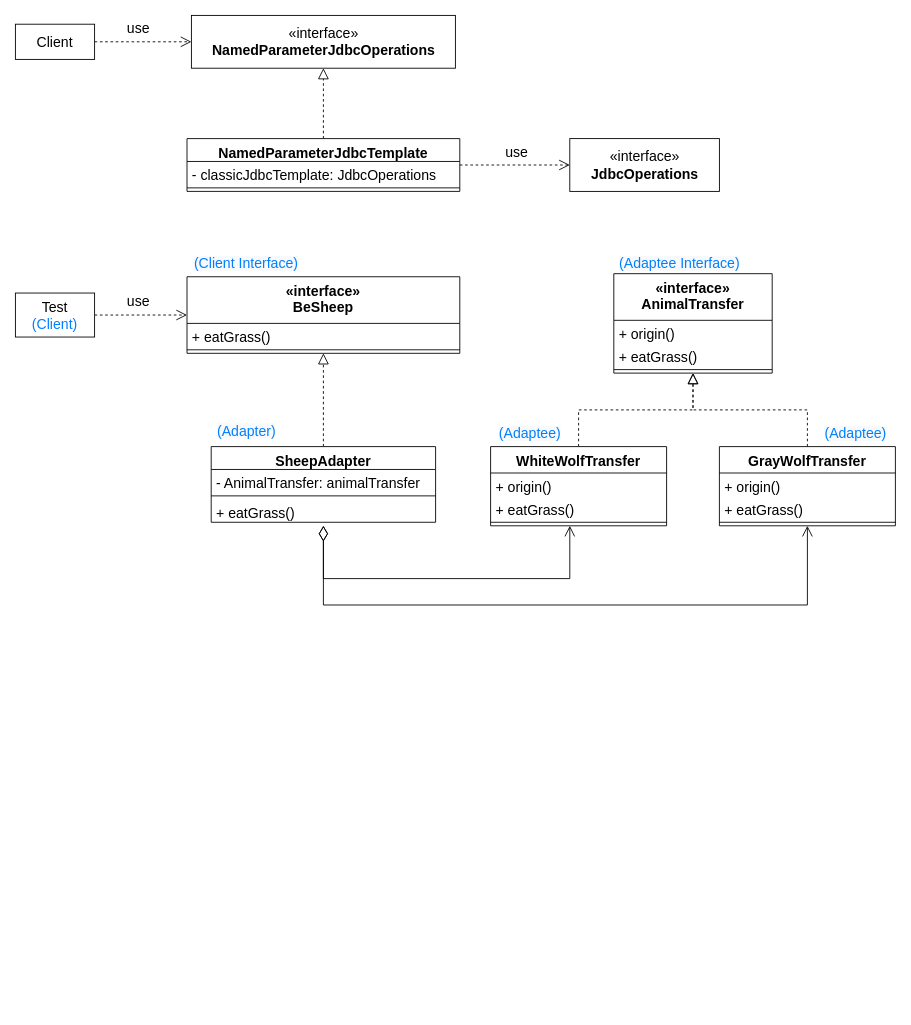
The draw.io diagram UML/Adapter.drawio in memorykghs/Design-Pattern, before the edit. Source tidied: cells renumbered, new cells numbered last; positions are measured from the earlier drawing's top-left corner, leaving out a move shared by most shapes. Both pictures are drawn from the tidied source at 88%, with x=0, y=0 at pixel (15, 15).
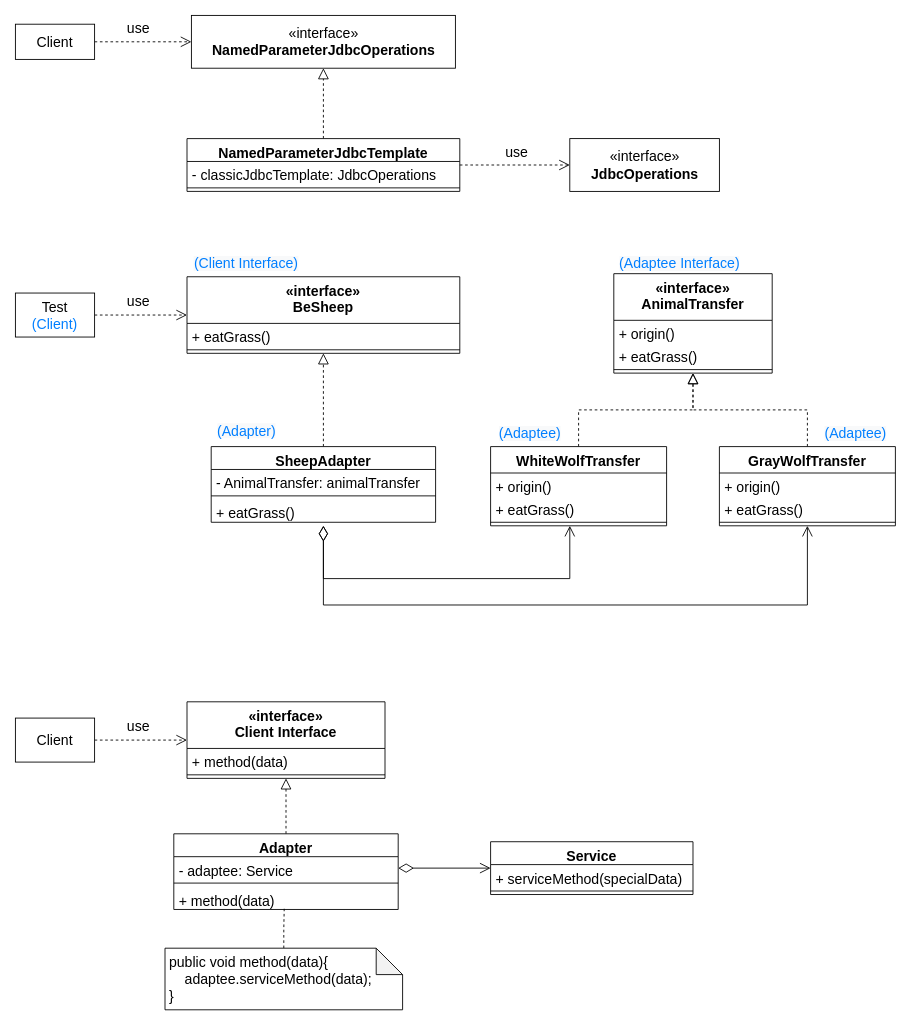
After the change.

The edit, as a diff of the source:
```diff
@@
+    <mxCell id="45" style="edgeStyle=orthogonalEdgeStyle;rounded=0;jettySize=auto;html=1;exitX=1;exitY=0.5;exitDx=0;exitDy=0;entryX=0;entryY=0.5;entryDx=0;entryDy=0;fontFamily=Helvetica;fontSize=16;endArrow=open;endFill=0;dashed=1;endSize=10;" parent="1" edge="1" source="46" target="53">
+      <mxGeometry relative="1" as="geometry" />
+    </mxCell>
+    <mxCell id="46" value="Client" style="rounded=0;whiteSpace=wrap;html=1;fontSize=16;fontFamily=Helvetica;" parent="1" vertex="1">
+      <mxGeometry y="798.5" width="90" height="50" as="geometry" />
+    </mxCell>
+    <mxCell id="47" style="edgeStyle=orthogonalEdgeStyle;rounded=0;jettySize=auto;html=1;entryX=0.5;entryY=1;entryDx=0;entryDy=0;fontColor=#000000;endArrow=block;endFill=0;startSize=6;endSize=10;dashed=1;" parent="1" edge="1" source="48" target="53">
+      <mxGeometry relative="1" as="geometry" />
+    </mxCell>
+    <mxCell id="48" value="Adapter" style="swimlane;fontStyle=1;align=center;verticalAlign=top;horizontal=1;startSize=26;fontFamily=Helvetica;fontSize=16;" parent="1" vertex="1">
+      <mxGeometry x="180" y="930" width="255" height="86" as="geometry" />
+    </mxCell>
+    <mxCell id="49" value="- adaptee: Service" style="text;strokeColor=none;fillColor=none;align=left;verticalAlign=top;spacingLeft=4;spacingRight=4;overflow=hidden;points=[[0,0.5],[1,0.5]];portConstraint=eastwest;fontFamily=Helvetica;fontSize=16;" parent="48" vertex="1">
+      <mxGeometry y="26" width="255" height="26" as="geometry" />
+    </mxCell>
+    <mxCell id="50" style="line;strokeWidth=1;fillColor=none;align=left;verticalAlign=middle;spacingTop=-1;spacingLeft=3;spacingRight=3;labelPosition=right;fontFamily=Helvetica;fontSize=16;" parent="48" vertex="1">
+      <mxGeometry y="52" width="255" height="8" as="geometry" />
+    </mxCell>
+    <mxCell id="51" value="+ method(data)" style="text;strokeColor=none;fillColor=none;align=left;verticalAlign=top;spacingLeft=4;spacingRight=4;overflow=hidden;points=[[0,0.5],[1,0.5]];portConstraint=eastwest;fontFamily=Helvetica;fontSize=16;" parent="48" vertex="1">
+      <mxGeometry y="60" width="255" height="26" as="geometry" />
+    </mxCell>
+    <mxCell id="52" value="use" style="text;html=1;strokeColor=none;fillColor=none;align=center;verticalAlign=middle;whiteSpace=wrap;rounded=0;fontFamily=Helvetica;fontSize=16;" parent="1" vertex="1">
+      <mxGeometry x="110" y="793" width="60" height="30" as="geometry" />
+    </mxCell>
+    <mxCell id="53" value="«interface»&#10;Client Interface&#10;" style="swimlane;fontStyle=1;align=center;verticalAlign=top;horizontal=1;startSize=53;fontFamily=Helvetica;fontSize=16;fontColor=#000000;" parent="1" vertex="1">
+      <mxGeometry x="195" y="780" width="225" height="87" as="geometry" />
+    </mxCell>
+    <mxCell id="54" value="+ method(data)" style="text;strokeColor=none;fillColor=none;align=left;verticalAlign=top;spacingLeft=4;spacingRight=4;overflow=hidden;fontFamily=Helvetica;fontSize=16;" parent="53" vertex="1">
+      <mxGeometry y="53" width="225" height="26" as="geometry" />
+    </mxCell>
+    <mxCell id="55" style="line;strokeWidth=1;fillColor=none;align=left;verticalAlign=middle;spacingTop=-1;spacingLeft=3;spacingRight=3;labelPosition=right;fontFamily=Helvetica;fontSize=16;" parent="53" vertex="1">
+      <mxGeometry y="79" width="225" height="8" as="geometry" />
+    </mxCell>
+    <mxCell id="56" value="Service" style="swimlane;fontStyle=1;align=center;verticalAlign=top;horizontal=1;startSize=26;fontFamily=Helvetica;fontSize=16;" parent="1" vertex="1">
+      <mxGeometry x="540" y="939" width="230" height="60" as="geometry" />
+    </mxCell>
+    <mxCell id="57" value="+ serviceMethod(specialData)" style="text;strokeColor=none;fillColor=none;align=left;verticalAlign=top;spacingLeft=4;spacingRight=4;overflow=hidden;fontFamily=Helvetica;fontSize=16;" parent="56" vertex="1">
+      <mxGeometry y="26" width="230" height="26" as="geometry" />
+    </mxCell>
+    <mxCell id="58" style="line;strokeWidth=1;fillColor=none;align=left;verticalAlign=middle;spacingTop=-1;spacingLeft=3;spacingRight=3;labelPosition=right;fontFamily=Helvetica;fontSize=16;" parent="56" vertex="1">
+      <mxGeometry y="52" width="230" height="8" as="geometry" />
+    </mxCell>
+    <mxCell id="59" style="edgeStyle=orthogonalEdgeStyle;rounded=0;jettySize=auto;html=1;exitX=1;exitY=0.5;exitDx=0;exitDy=0;entryX=0;entryY=0.5;entryDx=0;entryDy=0;endArrow=open;endFill=0;endSize=10;startSize=15;startArrow=diamondThin;startFill=0;" parent="1" edge="1" source="49" target="56">
+      <mxGeometry relative="1" as="geometry" />
+    </mxCell>
+    <mxCell id="60" style="edgeStyle=orthogonalEdgeStyle;rounded=0;jettySize=auto;html=1;entryX=0.492;entryY=0.969;entryDx=0;entryDy=0;entryPerimeter=0;fontFamily=Helvetica;fontSize=16;startArrow=none;startFill=0;endArrow=none;endFill=0;startSize=15;endSize=10;dashed=1;" parent="1" edge="1" source="61" target="51">
+      <mxGeometry relative="1" as="geometry" />
+    </mxCell>
+    <mxCell id="61" value="public void method(data){&lt;br style=&quot;font-size: 16px;&quot;&gt;&amp;nbsp; &amp;nbsp; adaptee.serviceMethod(data);&lt;br style=&quot;font-size: 16px;&quot;&gt;}" style="shape=note;whiteSpace=wrap;html=1;backgroundOutline=1;darkOpacity=0.05;align=left;fontSize=16;fontFamily=Helvetica;spacing=5;spacingTop=0;spacingLeft=0;" parent="1" vertex="1">
+      <mxGeometry x="170" y="1060" width="270" height="70" as="geometry" />
+    </mxCell>
```
